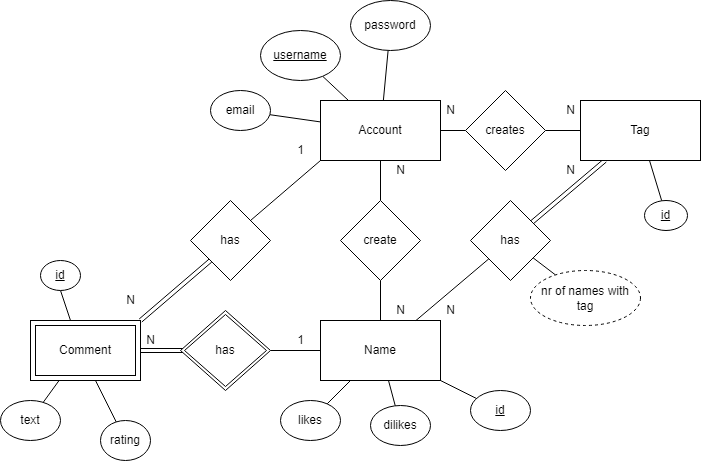
Kirme1/Namify keeps this draw.io diagram as images/ER_Diagram.drawio.png. Above is the earlier version. Source tidied: cells renumbered, new cells last; positions are measured from the earlier drawing's top-left corner, leaving out a move shared by most shapes.
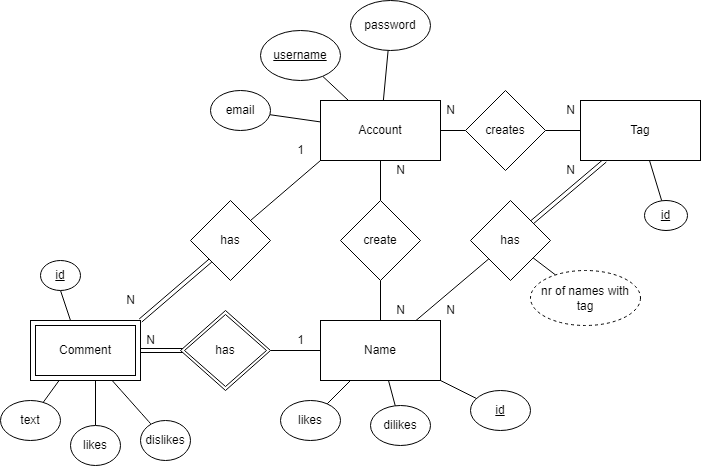
The same diagram one commit later.

Commit message:
Replace ER_Diagram

The edit, as a diff of the source:
```diff
@@ -108,8 +108,8 @@
     <mxCell id="32" value="text" style="ellipse;whiteSpace=wrap;html=1;" parent="1" vertex="1">
       <mxGeometry y="400" width="60" height="40" as="geometry" />
     </mxCell>
-    <mxCell id="33" value="rating" style="ellipse;whiteSpace=wrap;html=1;" parent="1" vertex="1">
-      <mxGeometry x="100" y="420" width="50" height="40" as="geometry" />
+    <mxCell id="33" value="likes" style="ellipse;whiteSpace=wrap;html=1;" parent="1" vertex="1">
+      <mxGeometry x="70" y="425" width="50" height="40" as="geometry" />
     </mxCell>
     <mxCell id="34" style="edgeStyle=none;rounded=0;jettySize=auto;html=1;endArrow=none;endFill=0;shape=link;" parent="1" edge="1" source="36" target="38">
       <mxGeometry relative="1" as="geometry" />
@@ -168,5 +168,11 @@
     <mxCell id="52" value="likes" style="ellipse;whiteSpace=wrap;html=1;rounded=0;" parent="1" vertex="1">
       <mxGeometry x="280" y="400" width="60" height="40" as="geometry" />
     </mxCell>
+    <mxCell id="53" style="edgeStyle=none;curved=1;rounded=0;jettySize=auto;html=1;endArrow=none;endFill=0;startSize=14;endSize=14;sourcePerimeterSpacing=0;targetPerimeterSpacing=0;" parent="1" edge="1" source="54" target="49">
+      <mxGeometry relative="1" as="geometry" />
+    </mxCell>
+    <mxCell id="54" value="dislikes" style="ellipse;whiteSpace=wrap;html=1;" parent="1" vertex="1">
+      <mxGeometry x="140" y="420" width="50" height="40" as="geometry" />
+    </mxCell>
   </root>
 </mxGraphModel>
```
